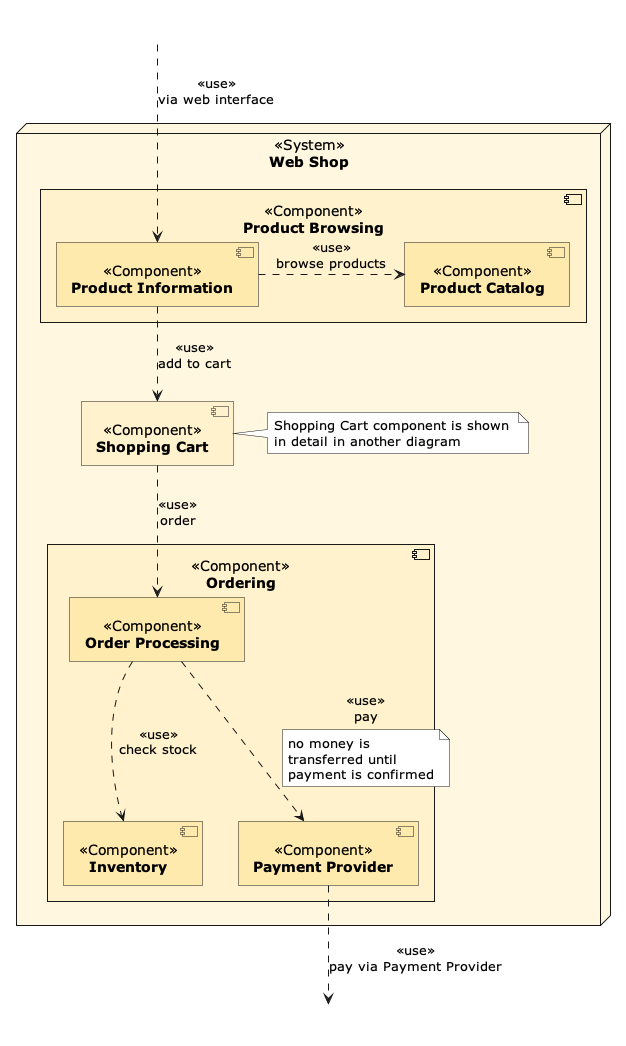
Before: examples/example2.png, a diagram exported from PlantUML (architecture-decomposition-framework/adf-plantuml). The source it was exported from:
```plantuml
@startuml example2
!include ../ADF.puml

ADFOutsidePort(web)

ADFSystem(ws, "Web Shop", 0) {
    ADFComponent(browsing, "Product Browsing") {
        ADFComponent(pi, "Product Information", 2)
        ADFComponent(prod, "Product Catalog", 2)
    }
    ADFComponent(cart, "Shopping Cart")
    note as cartnote
        Shopping Cart component is shown
        in detail in another diagram
    end note
    cart - cartnote
    ADFComponent(ord, "Ordering") {
        ADFComponent(op, "Order Processing", 2)
        ADFComponent(inv, "Inventory", 2)
        ADFComponent(pp, "Payment Provider", 2)
    }
}

ADFOutsidePort(ps)

ADFRelation(web, pi, "use", "via web interface", "")
ADFRelation(pi, prod, "use", "browse products", "right")
ADFRelation(pi, cart, "use", "add to cart")
ADFRelation(cart, op, "use", "order")
ADFRelation(op, inv, "use", "check stock")
ADFRelation(op, pp, "use", "pay")
note on link
    no money is
    transferred until
    payment is confirmed
end note
ADFRelation(pp, ps, "use", "pay via Payment Provider")

@enduml
```
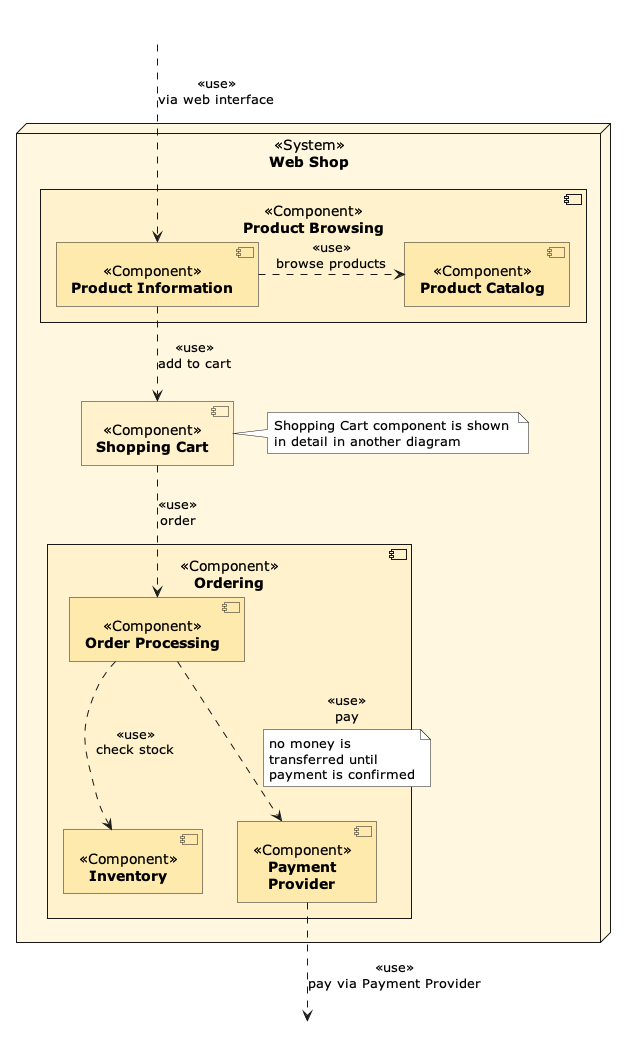
Above is the later version.

Change to the diagram source:
```diff
@@ -1,7 +1,7 @@
 @startuml example2
 !include ../ADF.puml
 
-ADFOutsidePort(web)
+ADFInvisibleElement(web)
 
 ADFSystem(ws, "Web Shop", 0) {
     ADFComponent(browsing, "Product Browsing") {
@@ -17,13 +17,13 @@
     ADFComponent(ord, "Ordering") {
         ADFComponent(op, "Order Processing", 2)
         ADFComponent(inv, "Inventory", 2)
-        ADFComponent(pp, "Payment Provider", 2)
+        ADFComponent(pp, "Payment**\n**Provider", 2)
     }
 }
 
-ADFOutsidePort(ps)
+ADFInvisibleElement(ps)
 
-ADFRelation(web, pi, "use", "via web interface", "")
+ADFRelation(web, pi, "use", "via web interface")
 ADFRelation(pi, prod, "use", "browse products", "right")
 ADFRelation(pi, cart, "use", "add to cart")
 ADFRelation(cart, op, "use", "order")
```
